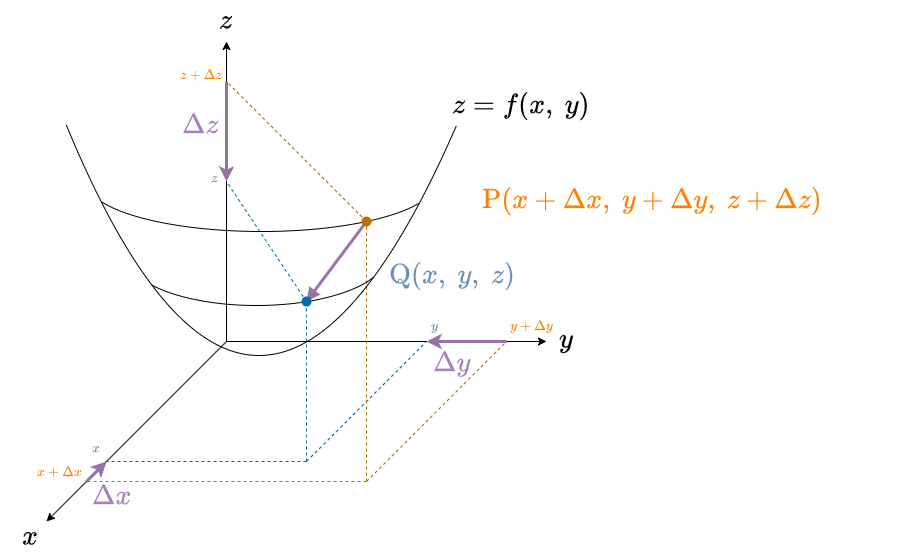
Before: 第2回/img/change-in-value-of-a-multivariable-function.png, a diagram exported from draw.io (shhchan/-----------). Source tidied: cells renumbered, new cells last; positions are measured from the earlier drawing's top-left corner, leaving out a move shared by most shapes. Its diagram source:
```xml
<mxGraphModel math="1">
  <root>
    <mxCell id="0" />
    <mxCell id="1" parent="0" />
    <mxCell id="2" style="endArrow=classic;html=1;rounded=0;" parent="1" edge="1">
      <mxGeometry relative="1" as="geometry">
        <mxPoint x="226" y="341" as="sourcePoint" />
        <mxPoint x="46" y="521" as="targetPoint" />
      </mxGeometry>
    </mxCell>
    <mxCell id="3" style="endArrow=classic;html=1;rounded=0;" parent="1" edge="1">
      <mxGeometry relative="1" as="geometry">
        <mxPoint x="226" y="341" as="sourcePoint" />
        <mxPoint x="546" y="341" as="targetPoint" />
      </mxGeometry>
    </mxCell>
    <mxCell id="4" style="endArrow=classic;html=1;rounded=0;" parent="1" edge="1">
      <mxGeometry relative="1" as="geometry">
        <mxPoint x="226" y="341" as="sourcePoint" />
        <mxPoint x="226" y="41" as="targetPoint" />
      </mxGeometry>
    </mxCell>
    <mxCell id="5" style="endArrow=none;dashed=1;html=1;rounded=0;fillColor=#1ba1e2;strokeColor=#006EAF;strokeWidth=1;" parent="1" edge="1">
      <mxGeometry relative="1" as="geometry">
        <mxPoint x="306" y="461" as="sourcePoint" />
        <mxPoint x="306" y="301" as="targetPoint" />
      </mxGeometry>
    </mxCell>
    <mxCell id="6" style="endArrow=none;dashed=1;html=1;rounded=0;fillColor=#f0a30a;strokeColor=#BD7000;strokeWidth=1;" parent="1" edge="1">
      <mxGeometry relative="1" as="geometry">
        <mxPoint x="366" y="481" as="sourcePoint" />
        <mxPoint x="506" y="341" as="targetPoint" />
      </mxGeometry>
    </mxCell>
    <mxCell id="7" style="endArrow=none;dashed=1;html=1;rounded=0;fillColor=#1ba1e2;strokeColor=#006EAF;strokeWidth=1;" parent="1" edge="1">
      <mxGeometry relative="1" as="geometry">
        <mxPoint x="306" y="461" as="sourcePoint" />
        <mxPoint x="426" y="341" as="targetPoint" />
      </mxGeometry>
    </mxCell>
    <mxCell id="8" style="endArrow=none;dashed=1;html=1;rounded=0;fillColor=#1ba1e2;strokeColor=#006EAF;strokeWidth=1;" parent="1" edge="1">
      <mxGeometry relative="1" as="geometry">
        <mxPoint x="306" y="461" as="sourcePoint" />
        <mxPoint x="106" y="461" as="targetPoint" />
      </mxGeometry>
    </mxCell>
    <mxCell id="9" style="endArrow=none;dashed=1;html=1;rounded=0;fillColor=#f0a30a;strokeColor=#BD7000;strokeWidth=1;" parent="1" edge="1">
      <mxGeometry relative="1" as="geometry">
        <mxPoint x="366" y="481" as="sourcePoint" />
        <mxPoint x="86" y="481" as="targetPoint" />
      </mxGeometry>
    </mxCell>
    <mxCell id="10" style="endArrow=none;dashed=1;html=1;rounded=0;fillColor=#f0a30a;strokeColor=#BD7000;strokeWidth=1;" parent="1" edge="1">
      <mxGeometry relative="1" as="geometry">
        <mxPoint x="366" y="481" as="sourcePoint" />
        <mxPoint x="366" y="221" as="targetPoint" />
      </mxGeometry>
    </mxCell>
    <mxCell id="11" style="endArrow=classic;html=1;rounded=0;fillColor=#e1d5e7;strokeColor=#9673a6;strokeWidth=3;endFill=1;" parent="1" edge="1">
      <mxGeometry relative="1" as="geometry">
        <mxPoint x="86" y="481" as="sourcePoint" />
        <mxPoint x="106" y="461" as="targetPoint" />
      </mxGeometry>
    </mxCell>
    <mxCell id="12" style="endArrow=classic;html=1;rounded=0;fillColor=#e1d5e7;strokeColor=#9673a6;strokeWidth=3;endFill=1;" parent="1" edge="1">
      <mxGeometry relative="1" as="geometry">
        <mxPoint x="506.6" y="341" as="sourcePoint" />
        <mxPoint x="426" y="341" as="targetPoint" />
      </mxGeometry>
    </mxCell>
    <mxCell id="13" style="endArrow=classic;html=1;rounded=0;fillColor=#e1d5e7;strokeColor=#9673a6;strokeWidth=3;endFill=1;" parent="1" edge="1">
      <mxGeometry relative="1" as="geometry">
        <mxPoint x="226" y="81" as="sourcePoint" />
        <mxPoint x="226" y="181" as="targetPoint" />
      </mxGeometry>
    </mxCell>
    <mxCell id="14" value="\(\Delta x\)" style="text;html=1;align=center;verticalAlign=middle;strokeColor=none;fillColor=none;fontColor=#A680B8;fontSize=24;" parent="1" vertex="1">
      <mxGeometry x="46" y="476" width="130" height="40" as="geometry" />
    </mxCell>
    <mxCell id="15" value="\(\Delta y\)" style="text;html=1;align=center;verticalAlign=middle;strokeColor=none;fillColor=none;fontColor=#A680B8;fontSize=24;" parent="1" vertex="1">
      <mxGeometry x="386" y="343" width="130" height="40" as="geometry" />
    </mxCell>
    <mxCell id="16" value="\(\Delta z\)" style="text;html=1;align=center;verticalAlign=middle;strokeColor=none;fillColor=none;fontColor=#A680B8;fontSize=24;" parent="1" vertex="1">
      <mxGeometry x="135" y="105" width="130" height="40" as="geometry" />
    </mxCell>
    <mxCell id="17" style="endArrow=none;dashed=1;html=1;rounded=0;fillColor=#1ba1e2;strokeColor=#006EAF;strokeWidth=1;" parent="1" edge="1" source="33">
      <mxGeometry relative="1" as="geometry">
        <mxPoint x="226" y="181" as="targetPoint" />
      </mxGeometry>
    </mxCell>
    <mxCell id="18" style="endArrow=none;dashed=1;html=1;rounded=0;fillColor=#f0a30a;strokeColor=#BD7000;strokeWidth=1;" parent="1" edge="1" source="34">
      <mxGeometry relative="1" as="geometry">
        <mxPoint x="226" y="81" as="targetPoint" />
      </mxGeometry>
    </mxCell>
    <mxCell id="19" value="\(x\)" style="text;html=1;align=center;verticalAlign=middle;strokeColor=none;fillColor=none;fontSize=24;" parent="1" vertex="1">
      <mxGeometry y="516" width="60" height="40" as="geometry" />
    </mxCell>
    <mxCell id="20" value="\(y\)" style="text;html=1;align=center;verticalAlign=middle;strokeColor=none;fillColor=none;fontSize=24;" parent="1" vertex="1">
      <mxGeometry x="535" y="319" width="60" height="40" as="geometry" />
    </mxCell>
    <mxCell id="21" value="\(z\)" style="text;html=1;align=center;verticalAlign=middle;strokeColor=none;fillColor=none;fontSize=24;" parent="1" vertex="1">
      <mxGeometry x="195" width="60" height="40" as="geometry" />
    </mxCell>
    <mxCell id="22" value="\(x+\Delta x\)" style="text;html=1;align=center;verticalAlign=middle;strokeColor=none;fillColor=none;fontColor=#FF8000;" parent="1" vertex="1">
      <mxGeometry x="14" y="457" width="90" height="30" as="geometry" />
    </mxCell>
    <mxCell id="23" value="\(x\)" style="text;html=1;align=center;verticalAlign=middle;strokeColor=none;fillColor=none;fontColor=#6C8EBF;" parent="1" vertex="1">
      <mxGeometry x="76" y="433" width="40" height="30" as="geometry" />
    </mxCell>
    <mxCell id="24" value="\(y\)" style="text;html=1;align=center;verticalAlign=middle;strokeColor=none;fillColor=none;fontColor=#6C8EBF;" parent="1" vertex="1">
      <mxGeometry x="414" y="311" width="40" height="30" as="geometry" />
    </mxCell>
    <mxCell id="25" value="\(y+\Delta y\)" style="text;html=1;align=center;verticalAlign=middle;strokeColor=none;fillColor=none;fontColor=#FF8000;" parent="1" vertex="1">
      <mxGeometry x="486" y="311" width="90" height="30" as="geometry" />
    </mxCell>
    <mxCell id="26" value="\(z\)" style="text;html=1;align=center;verticalAlign=middle;strokeColor=none;fillColor=none;fontColor=#6C8EBF;" parent="1" vertex="1">
      <mxGeometry x="194" y="163" width="40" height="30" as="geometry" />
    </mxCell>
    <mxCell id="27" value="\(z+\Delta z\)" style="text;html=1;align=center;verticalAlign=middle;strokeColor=none;fillColor=none;fontColor=#FF8000;" parent="1" vertex="1">
      <mxGeometry x="155" y="60" width="90" height="30" as="geometry" />
    </mxCell>
    <mxCell id="28" style="endArrow=block;html=1;rounded=0;entryX=0.935;entryY=-0.022;entryDx=0;entryDy=0;entryPerimeter=0;targetPerimeterSpacing=0;endFill=1;strokeWidth=3;fillColor=#e1d5e7;strokeColor=#9673a6;" parent="1" edge="1" source="34" target="33">
      <mxGeometry relative="1" as="geometry" />
    </mxCell>
    <mxCell id="29" value="\(\mathrm{Q}(x,\ y,\ z)\)" style="text;html=1;align=center;verticalAlign=middle;strokeColor=none;fillColor=none;fontSize=24;fontColor=#6C8EBF;" parent="1" vertex="1">
      <mxGeometry x="316" y="255" width="270" height="40" as="geometry" />
    </mxCell>
    <mxCell id="30" style="endArrow=none;html=1;rounded=0;curved=1;" parent="1" edge="1">
      <mxGeometry relative="1" as="geometry">
        <mxPoint x="66" y="125" as="sourcePoint" />
        <mxPoint x="456" y="125" as="targetPoint" />
        <Array as="points">
          <mxPoint x="256" y="585" />
        </Array>
      </mxGeometry>
    </mxCell>
    <mxCell id="31" style="verticalLabelPosition=bottom;verticalAlign=top;html=1;shape=mxgraph.basic.arc;startAngle=0.32167925666651986;endAngle=0.6831236159581143;" parent="1" vertex="1">
      <mxGeometry x="86" y="131" width="350" height="100" as="geometry" />
    </mxCell>
    <mxCell id="32" style="verticalLabelPosition=bottom;verticalAlign=top;html=1;shape=mxgraph.basic.arc;startAngle=0.32167925666651986;endAngle=0.6491287627256574;" parent="1" vertex="1">
      <mxGeometry x="126" y="205" width="260" height="100" as="geometry" />
    </mxCell>
    <mxCell id="33" style="shape=waypoint;sketch=0;fillStyle=solid;size=6;points=[];fillColor=#1ba1e2;perimeter=centerPerimeter;snapToPoint=1;strokeWidth=3;fontColor=#ffffff;strokeColor=#006EAF;" parent="1" vertex="1">
      <mxGeometry x="296" y="291" width="20" height="20" as="geometry" />
    </mxCell>
    <mxCell id="34" style="shape=waypoint;sketch=0;fillStyle=solid;size=6;points=[];fillColor=#f0a30a;perimeter=centerPerimeter;snapToPoint=1;strokeWidth=3;fontColor=#000000;strokeColor=#BD7000;" parent="1" vertex="1">
      <mxGeometry x="356" y="211" width="20" height="20" as="geometry" />
    </mxCell>
    <mxCell id="35" value="&lt;br style=&quot;text-wrap: wrap;&quot;&gt;&lt;span style=&quot;font-size: 24px;&quot;&gt;\(\mathrm{P}(x+\Delta x,\ y+\Delta y,\ z+\Delta z)\)&lt;/span&gt;" style="text;html=1;align=center;verticalAlign=middle;strokeColor=none;fillColor=none;fontColor=#FF8000;spacingRight=-100;" parent="1" vertex="1">
      <mxGeometry x="376" y="163" width="450" height="60" as="geometry" />
    </mxCell>
    <mxCell id="36" value="\(z=f(x,\ y)\)" style="text;html=1;align=center;verticalAlign=middle;strokeColor=none;fillColor=none;fontSize=24;" parent="1" vertex="1">
      <mxGeometry x="445" y="85" width="150" height="40" as="geometry" />
    </mxCell>
  </root>
</mxGraphModel>
```
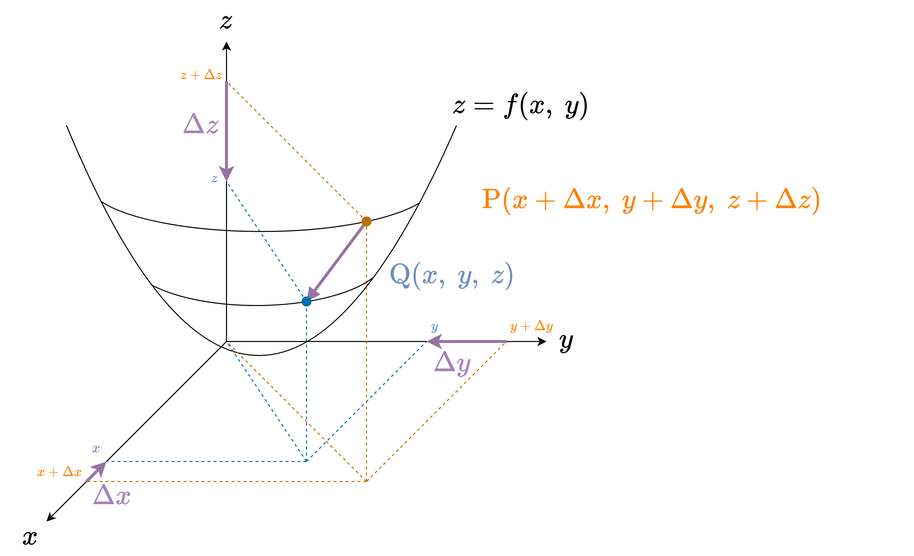
Above is the later version.

Change to the diagram source:
```diff
@@ -153,5 +153,17 @@
     <mxCell id="36" value="\(z=f(x,\ y)\)" style="text;html=1;align=center;verticalAlign=middle;strokeColor=none;fillColor=none;fontSize=24;" parent="1" vertex="1">
       <mxGeometry x="445" y="85" width="150" height="40" as="geometry" />
     </mxCell>
+    <mxCell id="37" style="endArrow=none;dashed=1;html=1;rounded=0;fillColor=#1ba1e2;strokeColor=#006EAF;strokeWidth=1;" parent="1" edge="1">
+      <mxGeometry relative="1" as="geometry">
+        <mxPoint x="306" y="461" as="sourcePoint" />
+        <mxPoint x="226" y="341" as="targetPoint" />
+      </mxGeometry>
+    </mxCell>
+    <mxCell id="38" style="endArrow=none;dashed=1;html=1;rounded=0;fillColor=#f0a30a;strokeColor=#BD7000;strokeWidth=1;" parent="1" edge="1">
+      <mxGeometry relative="1" as="geometry">
+        <mxPoint x="366" y="481" as="sourcePoint" />
+        <mxPoint x="226" y="341" as="targetPoint" />
+      </mxGeometry>
+    </mxCell>
   </root>
 </mxGraphModel>
```
